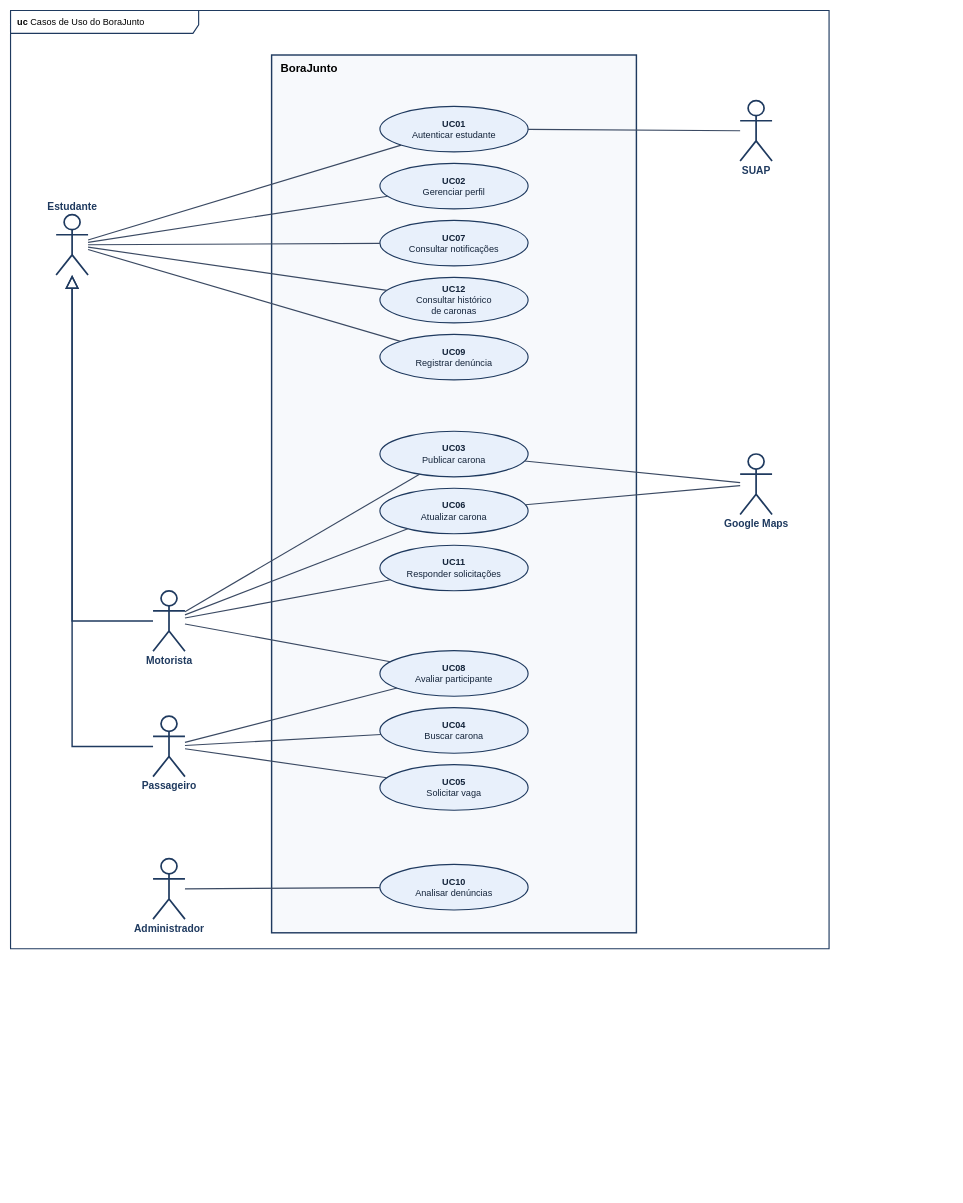
This is docs/diagrama-casos-de-uso.drawio from vMatheusCouto/borajunto, a draw.io file, before an edit. Source tidied: cells renumbered, new cells numbered last; positions are measured from the earlier drawing's top-left corner, leaving out a move shared by most shapes. Both pictures are drawn from the tidied source at 57%, with x=0, y=0 at pixel (10, 10).
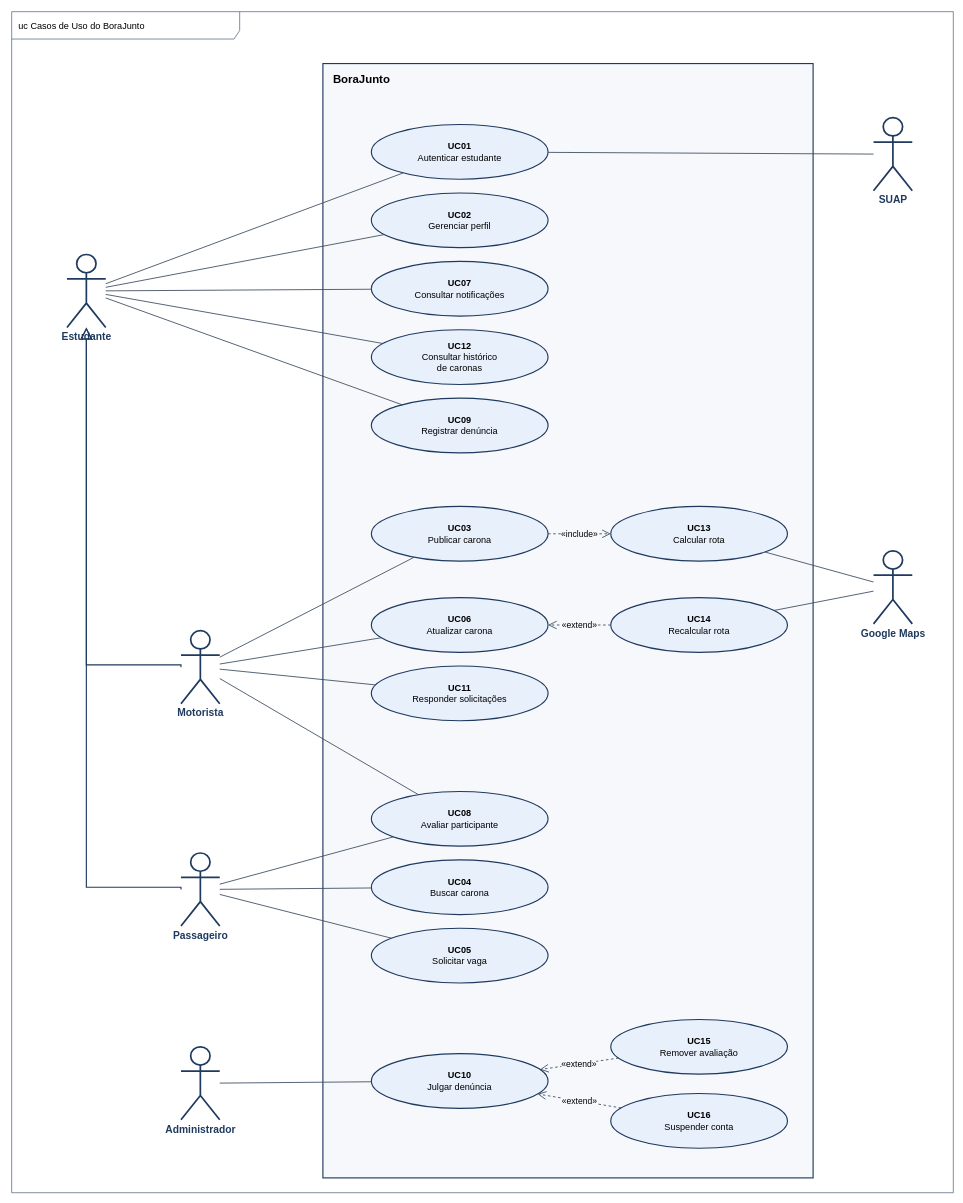
Above is the later version.

Commit message (it also covers changes not shown here):
docs: divide a moderação em casos de uso e volta a usar include e extend

What changed in the source:
```diff
@@
-    <mxCell id="2" value="&lt;b&gt;uc&lt;/b&gt; Casos de Uso do BoraJunto" style="shape=umlFrame;whiteSpace=wrap;html=1;width=330;height=40;align=left;spacingLeft=10;fontSize=16;strokeColor=#1f3a5f;strokeWidth=2;fillColor=none;" parent="1" vertex="1">
-      <mxGeometry width="1436" height="1646" as="geometry" />
+    <mxCell id="2" value="uc Casos de Uso do BoraJunto" style="shape=umlFrame;whiteSpace=wrap;html=1;width=400;height=48;align=left;spacingLeft=10;fontSize=16;strokeColor=#1f3a5f;fillColor=none;" parent="1" vertex="1">
+      <mxGeometry x="2" y="2" width="1652" height="2072" as="geometry" />
     </mxCell>
-    <mxCell id="3" value="BoraJunto" style="rounded=0;whiteSpace=wrap;html=1;verticalAlign=top;align=left;spacingLeft=14;spacingTop=4;fontStyle=1;fontSize=20;fillColor=#f7f9fc;strokeColor=#1f3a5f;strokeWidth=2.5;" parent="1" vertex="1">
-      <mxGeometry x="458" y="78" width="640" height="1540" as="geometry" />
+    <mxCell id="3" value="BoraJunto" style="rounded=0;whiteSpace=wrap;html=1;verticalAlign=top;align=left;spacingLeft=16;spacingTop=8;fontStyle=1;fontSize=20;fillColor=#f6f8fc;strokeColor=#1f3a5f;strokeWidth=2;" parent="1" vertex="1">
+      <mxGeometry x="548" y="93" width="860" height="1955" as="geometry" />
     </mxCell>
-    <mxCell id="4" value="&lt;b&gt;UC01&lt;/b&gt;&lt;br&gt;Autenticar estudante" style="ellipse;whiteSpace=wrap;html=1;fontSize=16;fillColor=#e8f0fb;strokeColor=#1f3a5f;strokeWidth=2;fontColor=#14243a;" parent="3" vertex="1">
-      <mxGeometry x="190" y="90" width="260" height="80" as="geometry" />
+    <mxCell id="4" value="&lt;b&gt;UC01&lt;/b&gt;&lt;br&gt;Autenticar estudante" style="ellipse;whiteSpace=wrap;html=1;fillColor=#e8f0fb;strokeColor=#1f3a5f;strokeWidth=2;fontSize=16;" parent="1" vertex="1">
+      <mxGeometry x="633" y="200" width="310" height="96" as="geometry" />
     </mxCell>
-    <mxCell id="5" value="&lt;b&gt;UC02&lt;/b&gt;&lt;br&gt;Gerenciar perfil" style="ellipse;whiteSpace=wrap;html=1;fontSize=16;fillColor=#e8f0fb;strokeColor=#1f3a5f;strokeWidth=2;fontColor=#14243a;" parent="3" vertex="1">
-      <mxGeometry x="190" y="190" width="260" height="80" as="geometry" />
+    <mxCell id="5" value="&lt;b&gt;UC02&lt;/b&gt;&lt;br&gt;Gerenciar perfil" style="ellipse;whiteSpace=wrap;html=1;fillColor=#e8f0fb;strokeColor=#1f3a5f;strokeWidth=2;fontSize=16;" parent="1" vertex="1">
+      <mxGeometry x="633" y="320" width="310" height="96" as="geometry" />
     </mxCell>
-    <mxCell id="6" value="&lt;b&gt;UC07&lt;/b&gt;&lt;br&gt;Consultar notificações" style="ellipse;whiteSpace=wrap;html=1;fontSize=16;fillColor=#e8f0fb;strokeColor=#1f3a5f;strokeWidth=2;fontColor=#14243a;" parent="3" vertex="1">
-      <mxGeometry x="190" y="290" width="260" height="80" as="geometry" />
+    <mxCell id="6" value="&lt;b&gt;UC07&lt;/b&gt;&lt;br&gt;Consultar notificações" style="ellipse;whiteSpace=wrap;html=1;fillColor=#e8f0fb;strokeColor=#1f3a5f;strokeWidth=2;fontSize=16;" parent="1" vertex="1">
+      <mxGeometry x="633" y="440" width="310" height="96" as="geometry" />
     </mxCell>
-    <mxCell id="7" value="&lt;b&gt;UC12&lt;/b&gt;&lt;br&gt;Consultar histórico&lt;br&gt;de caronas" style="ellipse;whiteSpace=wrap;html=1;fontSize=16;fillColor=#e8f0fb;strokeColor=#1f3a5f;strokeWidth=2;fontColor=#14243a;" parent="3" vertex="1">
-      <mxGeometry x="190" y="390" width="260" height="80" as="geometry" />
+    <mxCell id="7" value="&lt;b&gt;UC12&lt;/b&gt;&lt;br&gt;Consultar histórico&lt;br&gt;de caronas" style="ellipse;whiteSpace=wrap;html=1;fillColor=#e8f0fb;strokeColor=#1f3a5f;strokeWidth=2;fontSize=16;" parent="1" vertex="1">
+      <mxGeometry x="633" y="560" width="310" height="96" as="geometry" />
     </mxCell>
-    <mxCell id="8" value="&lt;b&gt;UC09&lt;/b&gt;&lt;br&gt;Registrar denúncia" style="ellipse;whiteSpace=wrap;html=1;fontSize=16;fillColor=#e8f0fb;strokeColor=#1f3a5f;strokeWidth=2;fontColor=#14243a;" parent="3" vertex="1">
-      <mxGeometry x="190" y="490" width="260" height="80" as="geometry" />
+    <mxCell id="8" value="&lt;b&gt;UC09&lt;/b&gt;&lt;br&gt;Registrar denúncia" style="ellipse;whiteSpace=wrap;html=1;fillColor=#e8f0fb;strokeColor=#1f3a5f;strokeWidth=2;fontSize=16;" parent="1" vertex="1">
+      <mxGeometry x="633" y="680" width="310" height="96" as="geometry" />
     </mxCell>
-    <mxCell id="9" value="&lt;b&gt;UC03&lt;/b&gt;&lt;br&gt;Publicar carona" style="ellipse;whiteSpace=wrap;html=1;fontSize=16;fillColor=#e8f0fb;strokeColor=#1f3a5f;strokeWidth=2;fontColor=#14243a;" parent="3" vertex="1">
-      <mxGeometry x="190" y="660" width="260" height="80" as="geometry" />
+    <mxCell id="9" value="&lt;b&gt;UC03&lt;/b&gt;&lt;br&gt;Publicar carona" style="ellipse;whiteSpace=wrap;html=1;fillColor=#e8f0fb;strokeColor=#1f3a5f;strokeWidth=2;fontSize=16;" parent="1" vertex="1">
+      <mxGeometry x="633" y="870" width="310" height="96" as="geometry" />
     </mxCell>
+    <mxCell id="40" value="&lt;b&gt;UC13&lt;/b&gt;&lt;br&gt;Calcular rota" style="ellipse;whiteSpace=wrap;html=1;fillColor=#e8f0fb;strokeColor=#1f3a5f;strokeWidth=2;fontSize=16;" parent="1" vertex="1">
+      <mxGeometry x="1053" y="870" width="310" height="96" as="geometry" />
+    </mxCell>
-    <mxCell id="10" value="&lt;b&gt;UC06&lt;/b&gt;&lt;br&gt;Atualizar carona" style="ellipse;whiteSpace=wrap;html=1;fontSize=16;fillColor=#e8f0fb;strokeColor=#1f3a5f;strokeWidth=2;fontColor=#14243a;" parent="3" vertex="1">
-      <mxGeometry x="190" y="760" width="260" height="80" as="geometry" />
+    <mxCell id="10" value="&lt;b&gt;UC06&lt;/b&gt;&lt;br&gt;Atualizar carona" style="ellipse;whiteSpace=wrap;html=1;fillColor=#e8f0fb;strokeColor=#1f3a5f;strokeWidth=2;fontSize=16;" parent="1" vertex="1">
+      <mxGeometry x="633" y="1030" width="310" height="96" as="geometry" />
     </mxCell>
+    <mxCell id="41" value="&lt;b&gt;UC14&lt;/b&gt;&lt;br&gt;Recalcular rota" style="ellipse;whiteSpace=wrap;html=1;fillColor=#e8f0fb;strokeColor=#1f3a5f;strokeWidth=2;fontSize=16;" parent="1" vertex="1">
+      <mxGeometry x="1053" y="1030" width="310" height="96" as="geometry" />
+    </mxCell>
-    <mxCell id="11" value="&lt;b&gt;UC11&lt;/b&gt;&lt;br&gt;Responder solicitações" style="ellipse;whiteSpace=wrap;html=1;fontSize=16;fillColor=#e8f0fb;strokeColor=#1f3a5f;strokeWidth=2;fontColor=#14243a;" parent="3" vertex="1">
-      <mxGeometry x="190" y="860" width="260" height="80" as="geometry" />
+    <mxCell id="11" value="&lt;b&gt;UC11&lt;/b&gt;&lt;br&gt;Responder solicitações" style="ellipse;whiteSpace=wrap;html=1;fillColor=#e8f0fb;strokeColor=#1f3a5f;strokeWidth=2;fontSize=16;" parent="1" vertex="1">
+      <mxGeometry x="633" y="1150" width="310" height="96" as="geometry" />
     </mxCell>
-    <mxCell id="12" value="&lt;b&gt;UC08&lt;/b&gt;&lt;br&gt;Avaliar participante" style="ellipse;whiteSpace=wrap;html=1;fontSize=16;fillColor=#e8f0fb;strokeColor=#1f3a5f;strokeWidth=2;fontColor=#14243a;" parent="3" vertex="1">
-      <mxGeometry x="190" y="1045" width="260" height="80" as="geometry" />
+    <mxCell id="12" value="&lt;b&gt;UC08&lt;/b&gt;&lt;br&gt;Avaliar participante" style="ellipse;whiteSpace=wrap;html=1;fillColor=#e8f0fb;strokeColor=#1f3a5f;strokeWidth=2;fontSize=16;" parent="1" vertex="1">
+      <mxGeometry x="633" y="1370" width="310" height="96" as="geometry" />
     </mxCell>
-    <mxCell id="13" value="&lt;b&gt;UC04&lt;/b&gt;&lt;br&gt;Buscar carona" style="ellipse;whiteSpace=wrap;html=1;fontSize=16;fillColor=#e8f0fb;strokeColor=#1f3a5f;strokeWidth=2;fontColor=#14243a;" parent="3" vertex="1">
-      <mxGeometry x="190" y="1145" width="260" height="80" as="geometry" />
+    <mxCell id="13" value="&lt;b&gt;UC04&lt;/b&gt;&lt;br&gt;Buscar carona" style="ellipse;whiteSpace=wrap;html=1;fillColor=#e8f0fb;strokeColor=#1f3a5f;strokeWidth=2;fontSize=16;" parent="1" vertex="1">
+      <mxGeometry x="633" y="1490" width="310" height="96" as="geometry" />
     </mxCell>
-    <mxCell id="14" value="&lt;b&gt;UC05&lt;/b&gt;&lt;br&gt;Solicitar vaga" style="ellipse;whiteSpace=wrap;html=1;fontSize=16;fillColor=#e8f0fb;strokeColor=#1f3a5f;strokeWidth=2;fontColor=#14243a;" parent="3" vertex="1">
-      <mxGeometry x="190" y="1245" width="260" height="80" as="geometry" />
+    <mxCell id="14" value="&lt;b&gt;UC05&lt;/b&gt;&lt;br&gt;Solicitar vaga" style="ellipse;whiteSpace=wrap;html=1;fillColor=#e8f0fb;strokeColor=#1f3a5f;strokeWidth=2;fontSize=16;" parent="1" vertex="1">
+      <mxGeometry x="633" y="1610" width="310" height="96" as="geometry" />
     </mxCell>
-    <mxCell id="15" value="&lt;b&gt;UC10&lt;/b&gt;&lt;br&gt;Analisar denúncias" style="ellipse;whiteSpace=wrap;html=1;fontSize=16;fillColor=#e8f0fb;strokeColor=#1f3a5f;strokeWidth=2;fontColor=#14243a;" parent="3" vertex="1">
-      <mxGeometry x="190" y="1420" width="260" height="80" as="geometry" />
-    </mxCell>
+    <mxCell id="42" value="&lt;b&gt;UC10&lt;/b&gt;&lt;br&gt;Julgar denúncia" style="ellipse;whiteSpace=wrap;html=1;fillColor=#e8f0fb;strokeColor=#1f3a5f;strokeWidth=2;fontSize=16;" parent="1" vertex="1">
+      <mxGeometry x="633" y="1830" width="310" height="96" as="geometry" />
+    </mxCell>
+    <mxCell id="43" value="&lt;b&gt;UC15&lt;/b&gt;&lt;br&gt;Remover avaliação" style="ellipse;whiteSpace=wrap;html=1;fillColor=#e8f0fb;strokeColor=#1f3a5f;strokeWidth=2;fontSize=16;" parent="1" vertex="1">
+      <mxGeometry x="1053" y="1770" width="310" height="96" as="geometry" />
+    </mxCell>
+    <mxCell id="44" value="&lt;b&gt;UC16&lt;/b&gt;&lt;br&gt;Suspender conta" style="ellipse;whiteSpace=wrap;html=1;fillColor=#e8f0fb;strokeColor=#1f3a5f;strokeWidth=2;fontSize=16;" parent="1" vertex="1">
+      <mxGeometry x="1053" y="1900" width="310" height="96" as="geometry" />
+    </mxCell>
-    <mxCell id="16" value="Estudante" style="shape=umlActor;verticalLabelPosition=top;verticalAlign=bottom;html=1;outlineConnect=0;fontStyle=1;fontSize=18;fontColor=#1f3a5f;strokeColor=#1f3a5f;strokeWidth=3;fillColor=#ffffff;" parent="1" vertex="1">
-      <mxGeometry x="80" y="358" width="56" height="106" as="geometry" />
+    <mxCell id="16" value="Estudante" style="shape=umlActor;verticalLabelPosition=bottom;verticalAlign=top;html=1;outlineConnect=0;fontStyle=1;fontSize=18;fontColor=#1f3a5f;strokeColor=#1f3a5f;strokeWidth=3;fillColor=none;" parent="1" vertex="1">
+      <mxGeometry x="99" y="428" width="68" height="128" as="geometry" />
     </mxCell>
-    <mxCell id="17" value="Motorista" style="shape=umlActor;verticalLabelPosition=bottom;verticalAlign=top;html=1;outlineConnect=0;fontStyle=1;fontSize=18;fontColor=#1f3a5f;strokeColor=#1f3a5f;strokeWidth=3;fillColor=#ffffff;" parent="1" vertex="1">
-      <mxGeometry x="250" y="1018" width="56" height="106" as="geometry" />
+    <mxCell id="17" value="Motorista" style="shape=umlActor;verticalLabelPosition=bottom;verticalAlign=top;html=1;outlineConnect=0;fontStyle=1;fontSize=18;fontColor=#1f3a5f;strokeColor=#1f3a5f;strokeWidth=3;fillColor=none;" parent="1" vertex="1">
+      <mxGeometry x="299" y="1088" width="68" height="128" as="geometry" />
     </mxCell>
-    <mxCell id="18" value="Passageiro" style="shape=umlActor;verticalLabelPosition=bottom;verticalAlign=top;html=1;outlineConnect=0;fontStyle=1;fontSize=18;fontColor=#1f3a5f;strokeColor=#1f3a5f;strokeWidth=3;fillColor=#ffffff;" parent="1" vertex="1">
-      <mxGeometry x="250" y="1238" width="56" height="106" as="geometry" />
+    <mxCell id="18" value="Passageiro" style="shape=umlActor;verticalLabelPosition=bottom;verticalAlign=top;html=1;outlineConnect=0;fontStyle=1;fontSize=18;fontColor=#1f3a5f;strokeColor=#1f3a5f;strokeWidth=3;fillColor=none;" parent="1" vertex="1">
+      <mxGeometry x="299" y="1478" width="68" height="128" as="geometry" />
     </mxCell>
-    <mxCell id="19" value="Administrador" style="shape=umlActor;verticalLabelPosition=bottom;verticalAlign=top;html=1;outlineConnect=0;fontStyle=1;fontSize=18;fontColor=#1f3a5f;strokeColor=#1f3a5f;strokeWidth=3;fillColor=#ffffff;" parent="1" vertex="1">
-      <mxGeometry x="250" y="1488" width="56" height="106" as="geometry" />
+    <mxCell id="19" value="Administrador" style="shape=umlActor;verticalLabelPosition=bottom;verticalAlign=top;html=1;outlineConnect=0;fontStyle=1;fontSize=18;fontColor=#1f3a5f;strokeColor=#1f3a5f;strokeWidth=3;fillColor=none;" parent="1" vertex="1">
+      <mxGeometry x="299" y="1818" width="68" height="128" as="geometry" />
     </mxCell>
-    <mxCell id="20" value="SUAP" style="shape=umlActor;verticalLabelPosition=bottom;verticalAlign=top;html=1;outlineConnect=0;fontStyle=1;fontSize=18;fontColor=#1f3a5f;strokeColor=#1f3a5f;strokeWidth=3;fillColor=#ffffff;" parent="1" vertex="1">
-      <mxGeometry x="1280" y="158" width="56" height="106" as="geometry" />
+    <mxCell id="20" value="SUAP" style="shape=umlActor;verticalLabelPosition=bottom;verticalAlign=top;html=1;outlineConnect=0;fontStyle=1;fontSize=18;fontColor=#1f3a5f;strokeColor=#1f3a5f;strokeWidth=3;fillColor=none;" parent="1" vertex="1">
+      <mxGeometry x="1514" y="188" width="68" height="128" as="geometry" />
     </mxCell>
-    <mxCell id="21" value="Google Maps" style="shape=umlActor;verticalLabelPosition=bottom;verticalAlign=top;html=1;outlineConnect=0;fontStyle=1;fontSize=18;fontColor=#1f3a5f;strokeColor=#1f3a5f;strokeWidth=3;fillColor=#ffffff;" parent="1" vertex="1">
-      <mxGeometry x="1280" y="778" width="56" height="106" as="geometry" />
+    <mxCell id="21" value="Google Maps" style="shape=umlActor;verticalLabelPosition=bottom;verticalAlign=top;html=1;outlineConnect=0;fontStyle=1;fontSize=18;fontColor=#1f3a5f;strokeColor=#1f3a5f;strokeWidth=3;fillColor=none;" parent="1" vertex="1">
+      <mxGeometry x="1514" y="948" width="68" height="128" as="geometry" />
     </mxCell>
+    <mxCell id="38" style="edgeStyle=orthogonalEdgeStyle;rounded=0;html=1;endArrow=block;endFill=0;endSize=16;strokeColor=#1f3a5f;strokeWidth=2;exitX=0;exitY=0.5;entryX=0.5;entryY=1;" parent="1" edge="1" source="17" target="16">
+      <mxGeometry relative="1" as="geometry">
+        <Array as="points">
+          <mxPoint x="133" y="1148" />
+        </Array>
+      </mxGeometry>
+    </mxCell>
+    <mxCell id="39" style="edgeStyle=orthogonalEdgeStyle;rounded=0;html=1;endArrow=block;endFill=0;endSize=16;strokeColor=#1f3a5f;strokeWidth=2;exitX=0;exitY=0.5;entryX=0.5;entryY=1;" parent="1" edge="1" source="18" target="16">
+      <mxGeometry relative="1" as="geometry">
+        <Array as="points">
+          <mxPoint x="133" y="1538" />
+        </Array>
+      </mxGeometry>
+    </mxCell>
-    <mxCell id="22" style="endArrow=none;startArrow=none;html=1;strokeColor=#3b4a63;strokeWidth=2;" parent="1" edge="1" source="16" target="4">
+    <mxCell id="22" style="html=1;endArrow=none;strokeColor=#3a4a60;strokeWidth=1.5;" parent="1" edge="1" source="16" target="4">
       <mxGeometry relative="1" as="geometry" />
     </mxCell>
-    <mxCell id="23" style="endArrow=none;startArrow=none;html=1;strokeColor=#3b4a63;strokeWidth=2;" parent="1" edge="1" source="16" target="5">
+    <mxCell id="23" style="html=1;endArrow=none;strokeColor=#3a4a60;strokeWidth=1.5;" parent="1" edge="1" source="16" target="5">
       <mxGeometry relative="1" as="geometry" />
     </mxCell>
-    <mxCell id="24" style="endArrow=none;startArrow=none;html=1;strokeColor=#3b4a63;strokeWidth=2;" parent="1" edge="1" source="16" target="6">
+    <mxCell id="24" style="html=1;endArrow=none;strokeColor=#3a4a60;strokeWidth=1.5;" parent="1" edge="1" source="16" target="6">
       <mxGeometry relative="1" as="geometry" />
     </mxCell>
-    <mxCell id="25" style="endArrow=none;startArrow=none;html=1;strokeColor=#3b4a63;strokeWidth=2;" parent="1" edge="1" source="16" target="7">
+    <mxCell id="25" style="html=1;endArrow=none;strokeColor=#3a4a60;strokeWidth=1.5;" parent="1" edge="1" source="16" target="7">
       <mxGeometry relative="1" as="geometry" />
     </mxCell>
-    <mxCell id="26" style="endArrow=none;startArrow=none;html=1;strokeColor=#3b4a63;strokeWidth=2;" parent="1" edge="1" source="16" target="8">
+    <mxCell id="26" style="html=1;endArrow=none;strokeColor=#3a4a60;strokeWidth=1.5;" parent="1" edge="1" source="16" target="8">
       <mxGeometry relative="1" as="geometry" />
     </mxCell>
-    <mxCell id="27" style="endArrow=none;startArrow=none;html=1;strokeColor=#3b4a63;strokeWidth=2;" parent="1" edge="1" source="17" target="9">
+    <mxCell id="27" style="html=1;endArrow=none;strokeColor=#3a4a60;strokeWidth=1.5;" parent="1" edge="1" source="17" target="9">
       <mxGeometry relative="1" as="geometry" />
     </mxCell>
-    <mxCell id="28" style="endArrow=none;startArrow=none;html=1;strokeColor=#3b4a63;strokeWidth=2;" parent="1" edge="1" source="17" target="10">
+    <mxCell id="28" style="html=1;endArrow=none;strokeColor=#3a4a60;strokeWidth=1.5;" parent="1" edge="1" source="17" target="10">
       <mxGeometry relative="1" as="geometry" />
     </mxCell>
-    <mxCell id="29" style="endArrow=none;startArrow=none;html=1;strokeColor=#3b4a63;strokeWidth=2;" parent="1" edge="1" source="17" target="11">
+    <mxCell id="29" style="html=1;endArrow=none;strokeColor=#3a4a60;strokeWidth=1.5;" parent="1" edge="1" source="17" target="11">
       <mxGeometry relative="1" as="geometry" />
     </mxCell>
-    <mxCell id="30" style="endArrow=none;startArrow=none;html=1;strokeColor=#3b4a63;strokeWidth=2;" parent="1" edge="1" source="17" target="12">
+    <mxCell id="30" style="html=1;endArrow=none;strokeColor=#3a4a60;strokeWidth=1.5;" parent="1" edge="1" source="17" target="12">
       <mxGeometry relative="1" as="geometry" />
     </mxCell>
-    <mxCell id="31" style="endArrow=none;startArrow=none;html=1;strokeColor=#3b4a63;strokeWidth=2;" parent="1" edge="1" source="18" target="12">
+    <mxCell id="31" style="html=1;endArrow=none;strokeColor=#3a4a60;strokeWidth=1.5;" parent="1" edge="1" source="18" target="12">
       <mxGeometry relative="1" as="geometry" />
     </mxCell>
-    <mxCell id="32" style="endArrow=none;startArrow=none;html=1;strokeColor=#3b4a63;strokeWidth=2;" parent="1" edge="1" source="18" target="13">
+    <mxCell id="32" style="html=1;endArrow=none;strokeColor=#3a4a60;strokeWidth=1.5;" parent="1" edge="1" source="18" target="13">
       <mxGeometry relative="1" as="geometry" />
     </mxCell>
-    <mxCell id="33" style="endArrow=none;startArrow=none;html=1;strokeColor=#3b4a63;strokeWidth=2;" parent="1" edge="1" source="18" target="14">
+    <mxCell id="33" style="html=1;endArrow=none;strokeColor=#3a4a60;strokeWidth=1.5;" parent="1" edge="1" source="18" target="14">
       <mxGeometry relative="1" as="geometry" />
     </mxCell>
-    <mxCell id="34" style="endArrow=none;startArrow=none;html=1;strokeColor=#3b4a63;strokeWidth=2;" parent="1" edge="1" source="19" target="15">
-      <mxGeometry relative="1" as="geometry" />
-    </mxCell>
-    <mxCell id="35" style="endArrow=none;startArrow=none;html=1;strokeColor=#3b4a63;strokeWidth=2;" parent="1" edge="1" source="4" target="20">
-      <mxGeometry relative="1" as="geometry" />
-    </mxCell>
-    <mxCell id="36" style="endArrow=none;startArrow=none;html=1;strokeColor=#3b4a63;strokeWidth=2;" parent="1" edge="1" source="9" target="21">
-      <mxGeometry relative="1" as="geometry" />
-    </mxCell>
-    <mxCell id="37" style="endArrow=none;startArrow=none;html=1;strokeColor=#3b4a63;strokeWidth=2;" parent="1" edge="1" source="10" target="21">
-      <mxGeometry relative="1" as="geometry" />
-    </mxCell>
-    <mxCell id="38" style="edgeStyle=orthogonalEdgeStyle;rounded=0;html=1;endArrow=block;endFill=0;endSize=18;strokeColor=#1f3a5f;strokeWidth=2.5;exitX=0;exitY=0.5;exitDx=0;exitDy=0;entryX=0.5;entryY=1;entryDx=0;entryDy=0;" parent="1" edge="1" source="17" target="16">
-      <mxGeometry relative="1" as="geometry" />
-    </mxCell>
-    <mxCell id="39" style="edgeStyle=orthogonalEdgeStyle;rounded=0;html=1;endArrow=block;endFill=0;endSize=18;strokeColor=#1f3a5f;strokeWidth=2.5;exitX=0;exitY=0.5;exitDx=0;exitDy=0;entryX=0.5;entryY=1;entryDx=0;entryDy=0;" parent="1" edge="1" source="18" target="16">
-      <mxGeometry relative="1" as="geometry" />
-    </mxCell>
+    <mxCell id="45" style="html=1;endArrow=none;strokeColor=#3a4a60;strokeWidth=1.5;" parent="1" edge="1" source="19" target="42">
+      <mxGeometry relative="1" as="geometry" />
+    </mxCell>
+    <mxCell id="46" style="html=1;endArrow=none;strokeColor=#3a4a60;strokeWidth=1.5;" parent="1" edge="1" source="20" target="4">
+      <mxGeometry relative="1" as="geometry" />
+    </mxCell>
+    <mxCell id="47" style="html=1;endArrow=none;strokeColor=#3a4a60;strokeWidth=1.5;" parent="1" edge="1" source="21" target="40">
+      <mxGeometry relative="1" as="geometry" />
+    </mxCell>
+    <mxCell id="48" style="html=1;endArrow=none;strokeColor=#3a4a60;strokeWidth=1.5;" parent="1" edge="1" source="21" target="41">
+      <mxGeometry relative="1" as="geometry" />
+    </mxCell>
+    <mxCell id="49" value="«include»" style="html=1;dashed=1;endArrow=open;endSize=12;strokeColor=#3a4a60;strokeWidth=1.5;fontSize=15;labelBackgroundColor=#f6f8fc;" parent="1" edge="1" source="9" target="40">
+      <mxGeometry relative="1" as="geometry" />
+    </mxCell>
+    <mxCell id="50" value="«extend»" style="html=1;dashed=1;endArrow=open;endSize=12;strokeColor=#3a4a60;strokeWidth=1.5;fontSize=15;labelBackgroundColor=#f6f8fc;" parent="1" edge="1" source="41" target="10">
+      <mxGeometry relative="1" as="geometry" />
+    </mxCell>
+    <mxCell id="51" value="«extend»" style="html=1;dashed=1;endArrow=open;endSize=12;strokeColor=#3a4a60;strokeWidth=1.5;fontSize=15;labelBackgroundColor=#f6f8fc;" parent="1" edge="1" source="43" target="42">
+      <mxGeometry relative="1" as="geometry" />
+    </mxCell>
+    <mxCell id="52" value="«extend»" style="html=1;dashed=1;endArrow=open;endSize=12;strokeColor=#3a4a60;strokeWidth=1.5;fontSize=15;labelBackgroundColor=#f6f8fc;" parent="1" edge="1" source="44" target="42">
+      <mxGeometry relative="1" as="geometry" />
+    </mxCell>
```
